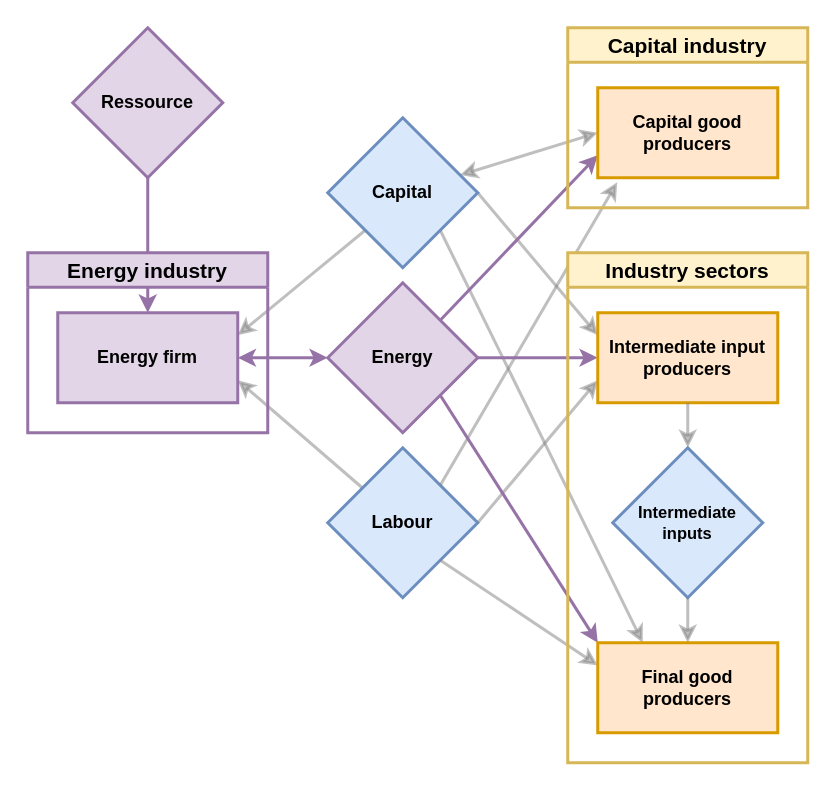
Above: Economy_Industries_inclEnergy.drawio in zauster/draw.io (draw.io), before the change. Source tidied: cells renumbered, new cells numbered last; positions are measured from the earlier drawing's top-left corner, leaving out a move shared by most shapes. Both pictures are drawn from the tidied source at 150%, with x=0, y=0 at pixel (27, 27).
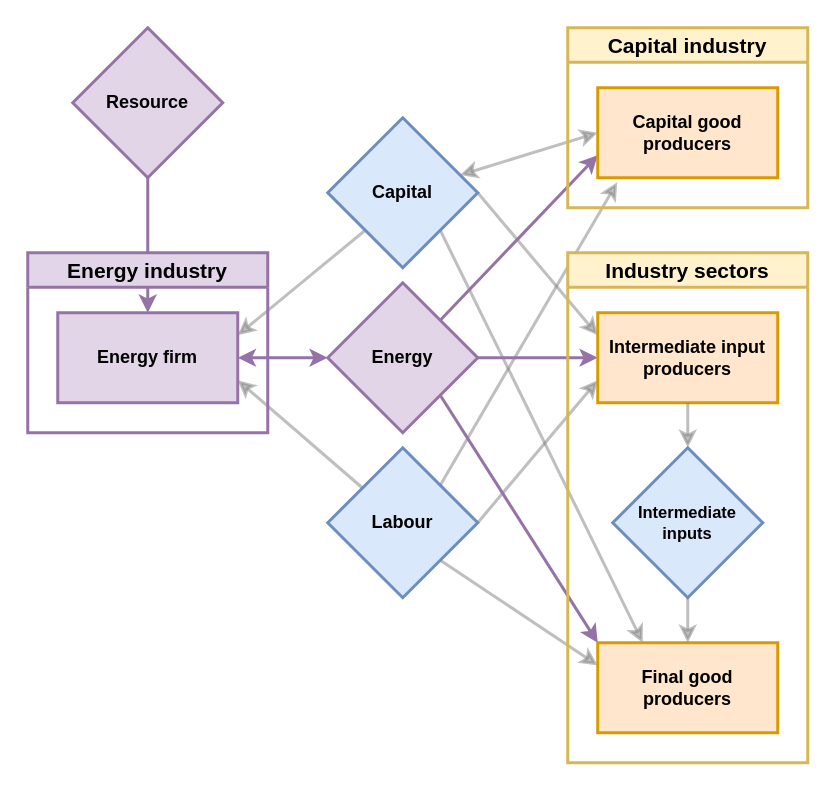
Above is the later version.

Change to the diagram source:
```diff
@@
-    <mxCell id="13" value="&lt;div&gt;Ressource&lt;/div&gt;" style="rhombus;whiteSpace=wrap;html=1;fillColor=#e1d5e7;strokeColor=#9673a6;strokeWidth=2;fontStyle=1;" parent="1" vertex="1">
+    <mxCell id="13" value="&lt;div&gt;Resource&lt;/div&gt;" style="rhombus;whiteSpace=wrap;html=1;fillColor=#e1d5e7;strokeColor=#9673a6;strokeWidth=2;fontStyle=1;" parent="1" vertex="1">
       <mxGeometry x="30" width="100" height="100" as="geometry" />
     </mxCell>
```
